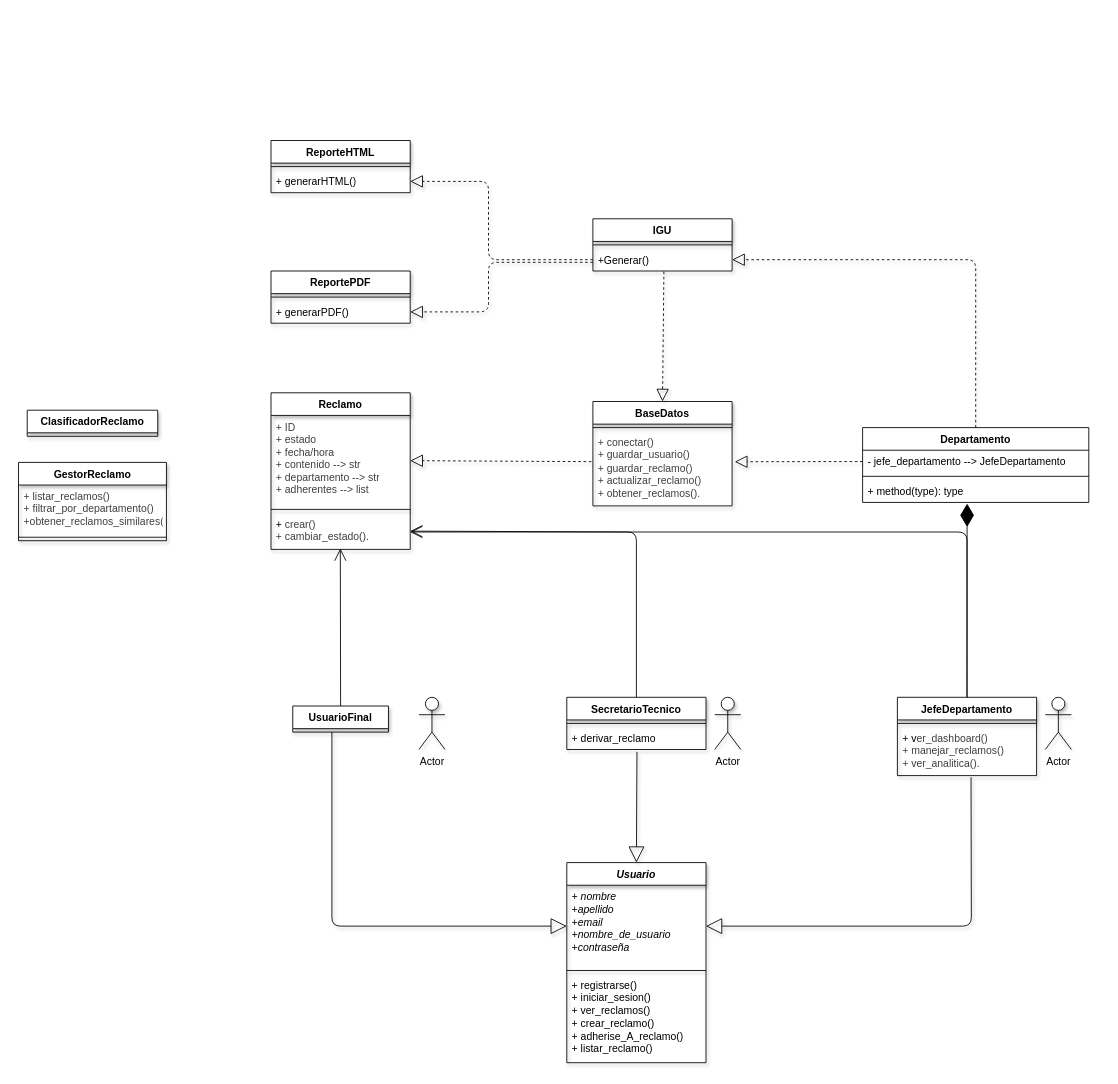
AgustinG178/pa_2025c1_practica keeps this draw.io diagram as TrabajoPractica_3/docs/UML_Tp_3.drawio. Above is the earlier version. Source tidied: cells renumbered, new cells numbered last; positions are measured from the earlier drawing's top-left corner, leaving out a move shared by most shapes. Both pictures are drawn from the tidied source at 87%, with x=0, y=0 at pixel (18, 140).
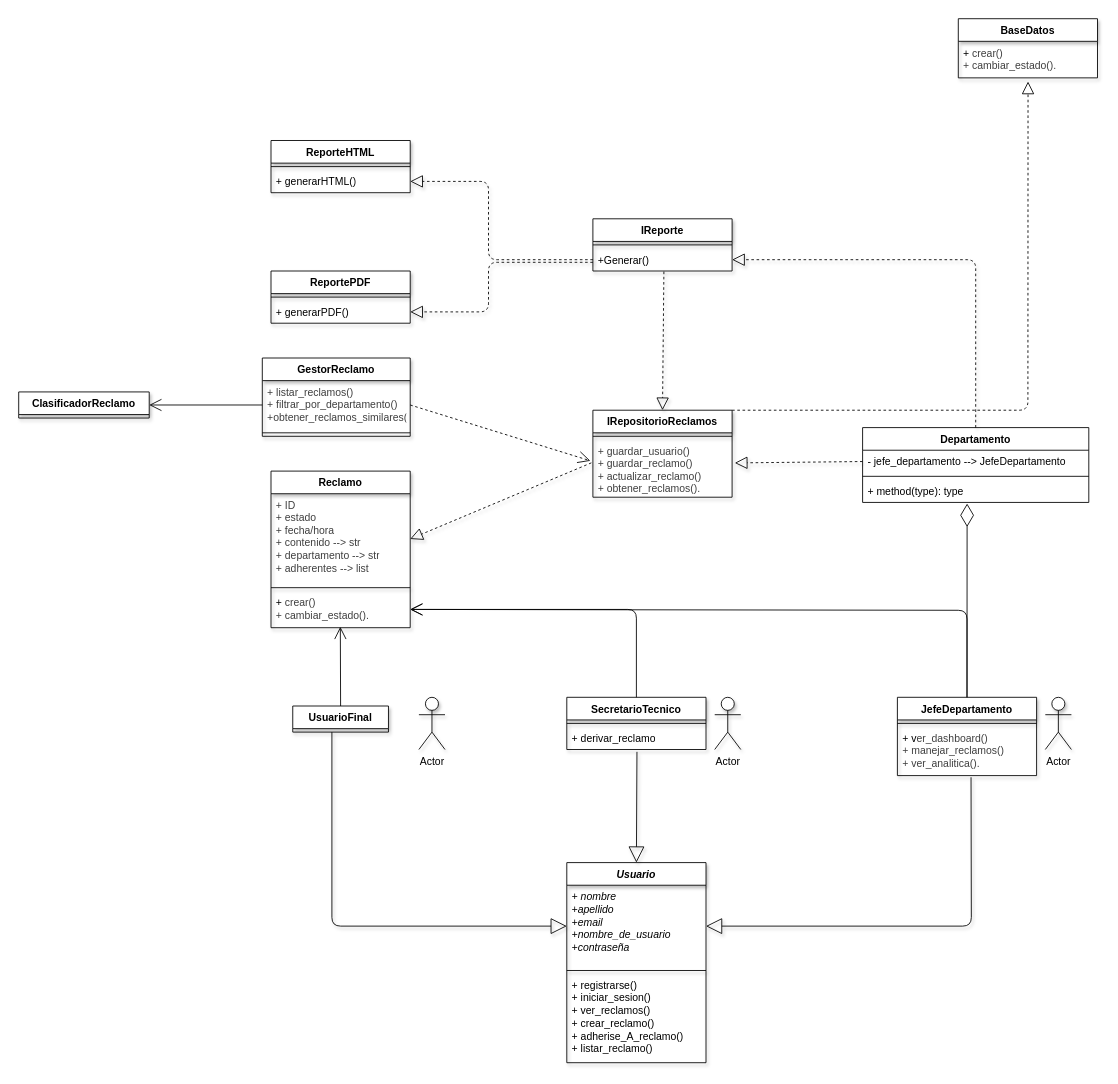
The same diagram, later.

Commit message:
Cambios UML

Unchanged cells that the change refers to:
```xml
<mxCell id="8" value="+Generar()" style="text;align=left;verticalAlign=top;spacingLeft=4;spacingRight=4;overflow=hidden;points=[[0,0.5],[1,0.5]];portConstraint=eastwest;whiteSpace=wrap;html=1;swimlaneLine=1;shadow=1;" parent="6" vertex="1">
  <mxGeometry y="34" width="160" height="26" as="geometry" />
</mxCell>
<mxCell id="16" value="&lt;span style=&quot;color: rgb(63, 63, 63);&quot;&gt;+ listar_reclamos()&lt;/span&gt;&lt;div&gt;&lt;span style=&quot;color: rgb(63, 63, 63);&quot;&gt;+ filtrar_por_departamento()&lt;/span&gt;&lt;/div&gt;&lt;div&gt;&lt;span style=&quot;color: rgb(63, 63, 63);&quot;&gt;+obtener_reclamos_similares().&lt;/span&gt;&lt;/div&gt;" style="text;align=left;verticalAlign=top;spacingLeft=4;spacingRight=4;overflow=hidden;points=[[0,0.5],[1,0.5]];portConstraint=eastwest;whiteSpace=wrap;html=1;swimlaneLine=1;shadow=1;" parent="15" vertex="1">
  <mxGeometry y="26" width="170" height="56" as="geometry" />
</mxCell>
<mxCell id="21" value="+&amp;nbsp;&lt;span style=&quot;color: rgb(63, 63, 63);&quot;&gt;crear()&lt;/span&gt;&lt;div&gt;&lt;span style=&quot;color: rgb(63, 63, 63);&quot;&gt;+ cambiar_estado().&lt;/span&gt;&lt;/div&gt;" style="text;align=left;verticalAlign=top;spacingLeft=4;spacingRight=4;overflow=hidden;points=[[0,0.5],[1,0.5]];portConstraint=eastwest;whiteSpace=wrap;html=1;swimlaneLine=1;shadow=1;" parent="18" vertex="1">
  <mxGeometry y="138" width="160" height="42" as="geometry" />
</mxCell>
<mxCell id="22" value="SecretarioTecnico" style="swimlane;fontStyle=1;align=center;verticalAlign=top;horizontal=1;startSize=26;whiteSpace=wrap;html=1;swimlaneLine=1;shadow=1;" parent="1" vertex="1">
  <mxGeometry x="630" y="640" width="160" height="60" as="geometry" />
</mxCell>
<mxCell id="25" value="JefeDepartamento" style="swimlane;fontStyle=1;align=center;verticalAlign=top;horizontal=1;startSize=26;whiteSpace=wrap;html=1;swimlaneLine=1;shadow=1;" parent="1" vertex="1">
  <mxGeometry x="1010" y="640" width="160" height="90" as="geometry" />
</mxCell>
<mxCell id="42" value="+ method(type): type" style="text;strokeColor=none;fillColor=none;align=left;verticalAlign=top;spacingLeft=4;spacingRight=4;overflow=hidden;points=[[0,0.5],[1,0.5]];portConstraint=eastwest;whiteSpace=wrap;html=1;" parent="39" vertex="1">
  <mxGeometry y="60" width="260" height="26" as="geometry" />
</mxCell>
```

Change to the diagram source:
```diff
@@
-    <mxCell id="6" value="IGU" style="swimlane;fontStyle=1;align=center;verticalAlign=top;horizontal=1;startSize=26;whiteSpace=wrap;html=1;swimlaneLine=1;shadow=1;" parent="1" vertex="1">
+    <mxCell id="6" value="IReporte" style="swimlane;fontStyle=1;align=center;verticalAlign=top;horizontal=1;startSize=26;whiteSpace=wrap;html=1;swimlaneLine=1;shadow=1;" parent="1" vertex="1">
       <mxGeometry x="660" y="90" width="160" height="60" as="geometry" />
     </mxCell>
@@
-    <mxCell id="9" value="BaseDatos" style="swimlane;fontStyle=1;align=center;verticalAlign=top;horizontal=1;startSize=26;whiteSpace=wrap;html=1;swimlaneLine=1;shadow=1;" parent="1" vertex="1">
-      <mxGeometry x="660" y="300" width="160" height="120" as="geometry" />
+    <mxCell id="9" value="IRepositorioReclamos" style="swimlane;fontStyle=1;align=center;verticalAlign=top;horizontal=1;startSize=26;whiteSpace=wrap;html=1;swimlaneLine=1;shadow=1;" parent="1" vertex="1">
+      <mxGeometry x="660" y="310" width="160" height="100" as="geometry" />
     </mxCell>
@@
-    <mxCell id="11" value="&lt;span style=&quot;color: rgb(63, 63, 63);&quot;&gt;+ conectar()&lt;/span&gt;&lt;div&gt;&lt;span style=&quot;color: rgb(63, 63, 63);&quot;&gt;+ guardar_usuario()&lt;/span&gt;&lt;/div&gt;&lt;div&gt;&lt;span style=&quot;color: rgb(63, 63, 63);&quot;&gt;+ guardar_reclamo()&lt;/span&gt;&lt;/div&gt;&lt;div&gt;&lt;span style=&quot;color: rgb(63, 63, 63);&quot;&gt;+ actualizar_reclamo()&amp;nbsp;&lt;/span&gt;&lt;/div&gt;&lt;div&gt;&lt;span style=&quot;color: rgb(63, 63, 63);&quot;&gt;+ obtener_reclamos().&lt;/span&gt;&lt;/div&gt;" style="text;align=left;verticalAlign=top;spacingLeft=4;spacingRight=4;overflow=hidden;points=[[0,0.5],[1,0.5]];portConstraint=eastwest;whiteSpace=wrap;html=1;swimlaneLine=1;perimeterSpacing=14;shadow=1;" parent="9" vertex="1">
-      <mxGeometry y="34" width="160" height="86" as="geometry" />
+    <mxCell id="11" value="&lt;div&gt;&lt;span style=&quot;color: rgb(63, 63, 63);&quot;&gt;+ guardar_usuario()&lt;/span&gt;&lt;/div&gt;&lt;div&gt;&lt;span style=&quot;color: rgb(63, 63, 63);&quot;&gt;+ guardar_reclamo()&lt;/span&gt;&lt;/div&gt;&lt;div&gt;&lt;span style=&quot;color: rgb(63, 63, 63);&quot;&gt;+ actualizar_reclamo()&amp;nbsp;&lt;/span&gt;&lt;/div&gt;&lt;div&gt;&lt;span style=&quot;color: rgb(63, 63, 63);&quot;&gt;+ obtener_reclamos().&lt;/span&gt;&lt;/div&gt;" style="text;align=left;verticalAlign=top;spacingLeft=4;spacingRight=4;overflow=hidden;points=[[0,0.5],[1,0.5]];portConstraint=eastwest;whiteSpace=wrap;html=1;swimlaneLine=1;perimeterSpacing=14;shadow=1;" parent="9" vertex="1">
+      <mxGeometry y="34" width="160" height="66" as="geometry" />
     </mxCell>
@@
     <mxCell id="15" value="GestorReclamo" style="swimlane;fontStyle=1;align=center;verticalAlign=top;horizontal=1;startSize=26;whiteSpace=wrap;html=1;swimlaneLine=1;shadow=1;" parent="1" vertex="1">
-      <mxGeometry x="-0.2" y="370" width="170" height="90" as="geometry" />
+      <mxGeometry x="280" y="250" width="170" height="90" as="geometry" />
     </mxCell>
@@
     <mxCell id="18" value="Reclamo" style="swimlane;fontStyle=1;align=center;verticalAlign=top;horizontal=1;startSize=26;whiteSpace=wrap;html=1;swimlaneLine=1;shadow=1;" parent="1" vertex="1">
-      <mxGeometry x="290" y="290" width="160" height="180" as="geometry" />
+      <mxGeometry x="290" y="380" width="160" height="180" as="geometry" />
     </mxCell>
@@
     <mxCell id="29" value="ClasificadorReclamo" style="swimlane;fontStyle=1;align=center;verticalAlign=top;horizontal=1;startSize=26;whiteSpace=wrap;html=1;swimlaneLine=1;shadow=1;" parent="1" vertex="1" collapsed="1">
-      <mxGeometry x="9.8" y="310" width="150" height="30" as="geometry" />
+      <mxGeometry y="289" width="150" height="30" as="geometry" />
     </mxCell>
@@
-    <mxCell id="34" style="endArrow=block;dashed=1;endFill=0;endSize=12;html=1;exitX=0.51;exitY=1.025;exitDx=0;exitDy=0;exitPerimeter=0;shadow=1;strokeWidth=1;" parent="1" edge="1" source="8">
-      <mxGeometry relative="1" as="geometry">
-        <mxPoint x="740" y="300" as="targetPoint" />
-      </mxGeometry>
+    <mxCell id="34" style="endArrow=block;dashed=1;endFill=0;endSize=12;html=1;exitX=0.51;exitY=1.025;exitDx=0;exitDy=0;exitPerimeter=0;shadow=1;strokeWidth=1;entryX=0.5;entryY=0;entryDx=0;entryDy=0;" parent="1" edge="1" source="8" target="9">
+      <mxGeometry relative="1" as="geometry" />
     </mxCell>
@@
-    <mxCell id="43" style="endArrow=diamondThin;endFill=1;endSize=24;html=1;exitX=0.5;exitY=0;exitDx=0;exitDy=0;entryX=0.462;entryY=1.049;entryDx=0;entryDy=0;entryPerimeter=0;" parent="1" edge="1" source="25" target="42">
+    <mxCell id="43" style="endArrow=diamondThin;endFill=0;endSize=24;html=1;exitX=0.5;exitY=0;exitDx=0;exitDy=0;entryX=0.462;entryY=1.049;entryDx=0;entryDy=0;entryPerimeter=0;" parent="1" edge="1" source="25" target="42">
       <mxGeometry relative="1" as="geometry" />
     </mxCell>
@@
-    <mxCell id="51" style="endArrow=open;endFill=1;endSize=12;html=1;" parent="1" edge="1">
+    <mxCell id="51" style="endArrow=open;endFill=1;endSize=12;html=1;entryX=1;entryY=0.5;entryDx=0;entryDy=0;" parent="1" edge="1" target="21">
       <mxGeometry relative="1" as="geometry">
         <mxPoint x="1090" y="640" as="sourcePoint" />
-        <mxPoint x="450" y="450" as="targetPoint" />
         <Array as="points">
-          <mxPoint x="1090" y="450" />
+          <mxPoint x="1090" y="540" />
         </Array>
       </mxGeometry>
     </mxCell>
     <mxCell id="52" style="endArrow=open;endFill=1;endSize=12;html=1;exitX=0.5;exitY=0;exitDx=0;exitDy=0;entryX=1;entryY=0.5;entryDx=0;entryDy=0;" parent="1" edge="1" source="22" target="21">
       <mxGeometry relative="1" as="geometry">
         <Array as="points">
-          <mxPoint x="710" y="450" />
+          <mxPoint x="710" y="539" />
         </Array>
       </mxGeometry>
     </mxCell>
+    <mxCell id="53" value="BaseDatos" style="swimlane;fontStyle=1;align=center;verticalAlign=top;horizontal=1;startSize=26;whiteSpace=wrap;html=1;swimlaneLine=1;shadow=1;" parent="1" vertex="1">
+      <mxGeometry x="1080" y="-140" width="160" height="68" as="geometry" />
+    </mxCell>
+    <mxCell id="54" value="+&amp;nbsp;&lt;span style=&quot;color: rgb(63, 63, 63);&quot;&gt;crear()&lt;/span&gt;&lt;div&gt;&lt;span style=&quot;color: rgb(63, 63, 63);&quot;&gt;+ cambiar_estado().&lt;/span&gt;&lt;/div&gt;" style="text;align=left;verticalAlign=top;spacingLeft=4;spacingRight=4;overflow=hidden;points=[[0,0.5],[1,0.5]];portConstraint=eastwest;whiteSpace=wrap;html=1;swimlaneLine=1;shadow=1;" parent="53" vertex="1">
+      <mxGeometry y="26" width="160" height="42" as="geometry" />
+    </mxCell>
+    <mxCell id="55" style="endArrow=block;dashed=1;endFill=0;endSize=12;html=1;exitX=1;exitY=0;exitDx=0;exitDy=0;entryX=0.501;entryY=1.1;entryDx=0;entryDy=0;entryPerimeter=0;" parent="1" edge="1" source="9" target="54">
+      <mxGeometry relative="1" as="geometry">
+        <Array as="points">
+          <mxPoint x="1160" y="310" />
+        </Array>
+      </mxGeometry>
+    </mxCell>
+    <mxCell id="56" style="endArrow=open;endSize=12;dashed=1;html=1;exitX=1;exitY=0.5;exitDx=0;exitDy=0;entryX=0.059;entryY=0.406;entryDx=0;entryDy=0;entryPerimeter=0;" parent="1" edge="1" source="16" target="11">
+      <mxGeometry relative="1" as="geometry" />
+    </mxCell>
+    <mxCell id="57" style="endArrow=open;endFill=1;endSize=12;html=1;exitX=0;exitY=0.5;exitDx=0;exitDy=0;entryX=1;entryY=0.5;entryDx=0;entryDy=0;" parent="1" edge="1" source="16" target="29">
+      <mxGeometry relative="1" as="geometry" />
+    </mxCell>
```
